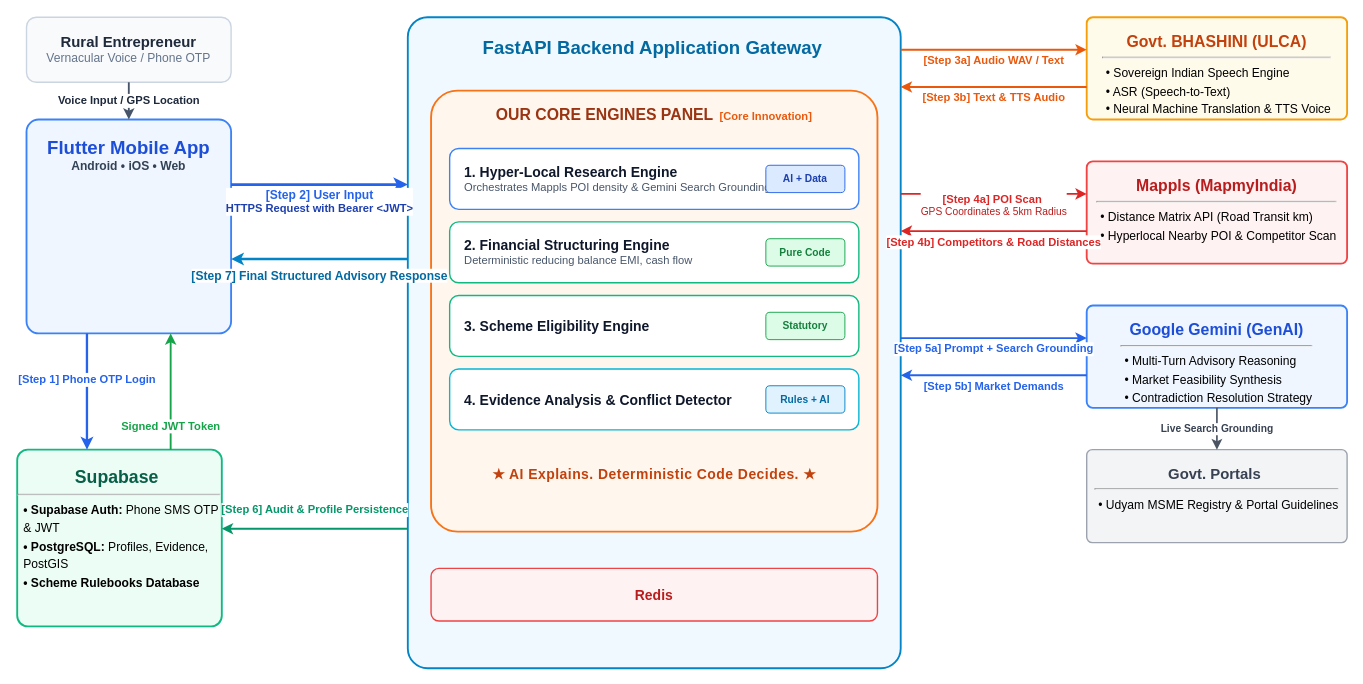
Above: docs/vyapar_mitra_flow.drawio.xml in S-H-R-I-A-N-S-H/VYAPAR-MITRA (draw.io), before the change. Source tidied: cells renumbered, new cells numbered last; positions are measured from the earlier drawing's top-left corner, leaving out a move shared by most shapes. Both pictures are drawn from the tidied source at 93%, with x=0, y=0 at pixel (17, 17).
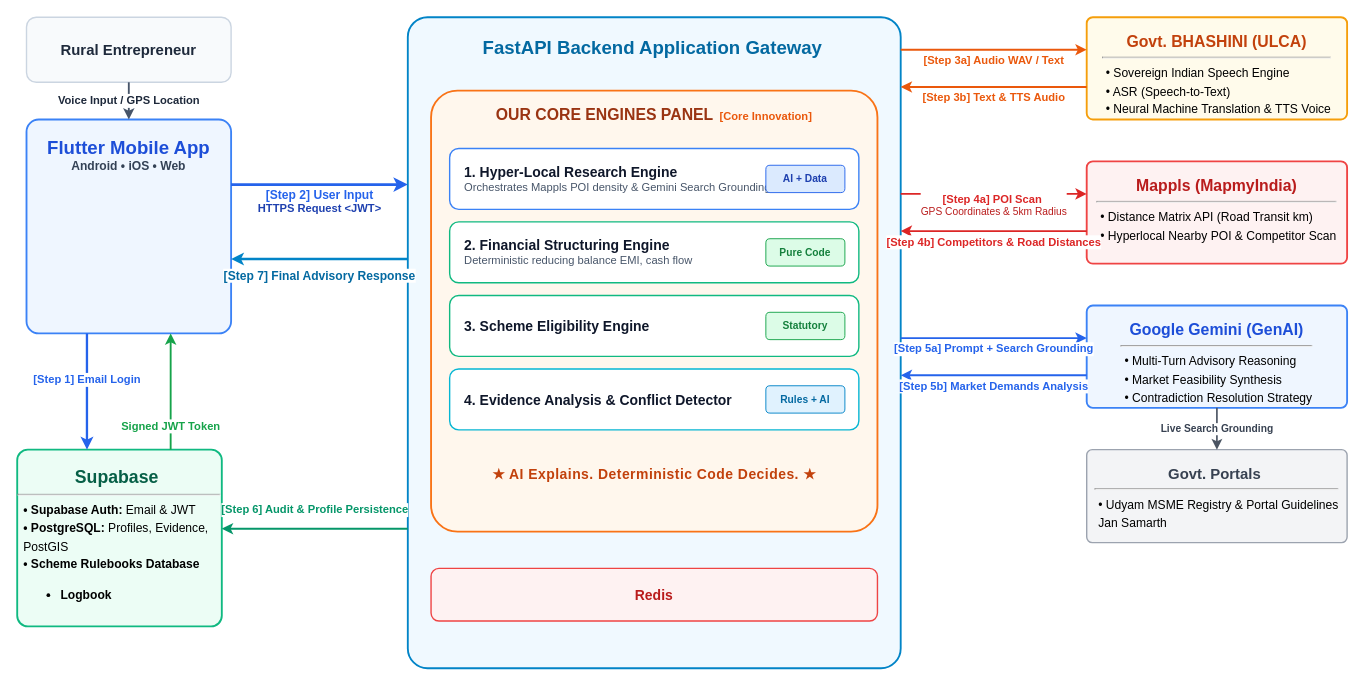
After the change.

Commit message:
reduced text

Unchanged cells that the change refers to:
```xml
<mxCell id="3" value="&lt;b style=&quot;font-size: 20px; color: rgb(29, 78, 216);&quot;&gt;Flutter Mobile App&lt;/b&gt;&lt;br&gt;&lt;span style=&quot;font-size: 13px; color: rgb(51, 65, 85); font-weight: 600;&quot;&gt;Android • iOS • Web&lt;/span&gt;&lt;div style=&quot;text-align: left; font-size: 13px; line-height: 1.6; padding-left: 6px;&quot;&gt;&lt;br&gt;&lt;/div&gt;" style="rounded=1;whiteSpace=wrap;html=1;fillColor=#EFF6FF;strokeColor=#3B82F6;strokeWidth=2;verticalAlign=top;spacingTop=12;arcSize=6;" parent="1" vertex="1">
  <mxGeometry x="10" y="110" width="220" height="230" as="geometry" />
</mxCell>
<mxCell id="5" value="&lt;b style=&quot;font-size: 20px; color: rgb(3, 105, 161);&quot;&gt;FastAPI Backend Application Gateway&lt;/b&gt;&amp;nbsp;&lt;div&gt;&lt;br/&gt;&lt;/div&gt;" style="rounded=1;whiteSpace=wrap;html=1;fillColor=#F0F9FF;strokeColor=#0284C7;strokeWidth=2;verticalAlign=top;spacingTop=14;arcSize=4;" parent="1" vertex="1">
  <mxGeometry x="420" width="530" height="700" as="geometry" />
</mxCell>
<mxCell id="19" value="&lt;b style=&quot;font-size: 17px; color: #1D4ED8;&quot;&gt;Google Gemini (GenAI)&lt;/b&gt;&lt;hr&gt;&lt;div style=&quot;text-align: left; font-size: 13px; line-height: 1.5; padding-left: 4px;&quot;&gt;• Multi-Turn Advisory Reasoning&lt;br&gt;• Market Feasibility Synthesis&lt;br&gt;• Contradiction Resolution Strategy&lt;/div&gt;" style="rounded=1;whiteSpace=wrap;html=1;fillColor=#EFF6FF;strokeColor=#3B82F6;strokeWidth=2;verticalAlign=top;spacingTop=10;arcSize=6;" parent="1" vertex="1">
  <mxGeometry x="1150" y="310" width="280" height="110" as="geometry" />
</mxCell>
```

Change to the diagram source:
```diff
@@
-    <mxCell id="2" value="&lt;b style=&quot;font-size: 16px; color: #1E293B;&quot;&gt;Rural Entrepreneur&lt;/b&gt;&lt;br&gt;&lt;span style=&quot;font-size: 13px; color: #64748B;&quot;&gt;Vernacular Voice / Phone OTP&lt;/span&gt;" style="rounded=1;whiteSpace=wrap;html=1;fillColor=#F8FAFC;strokeColor=#CBD5E1;strokeWidth=1.5;align=center;" parent="1" vertex="1">
+    <mxCell id="2" value="&lt;b style=&quot;font-size: 16px; color: rgb(30, 41, 59);&quot;&gt;Rural Entrepreneur&lt;/b&gt;" style="rounded=1;whiteSpace=wrap;html=1;fillColor=#F8FAFC;strokeColor=#CBD5E1;strokeWidth=1.5;align=center;" parent="1" vertex="1">
       <mxGeometry x="10" width="220" height="70" as="geometry" />
     </mxCell>
@@
-    <mxCell id="4" value="&lt;b style=&quot;font-size: 19px; color: rgb(6, 95, 70);&quot;&gt;Supabase&amp;nbsp;&lt;/b&gt;&lt;hr&gt;&lt;div style=&quot;text-align: left; font-size: 13px; line-height: 1.5; padding-left: 6px;&quot;&gt;&lt;b&gt;• Supabase Auth:&lt;/b&gt; Phone SMS OTP &amp;amp; JWT&lt;br&gt;&lt;b&gt;• PostgreSQL:&lt;/b&gt; Profiles, Evidence, PostGIS&lt;br&gt;&lt;b&gt;• Scheme Rulebooks Database&lt;/b&gt;&lt;/div&gt;" style="rounded=1;whiteSpace=wrap;html=1;fillColor=#ECFDF5;strokeColor=#10B981;strokeWidth=2;verticalAlign=top;spacingTop=12;arcSize=6;" parent="1" vertex="1">
+    <mxCell id="4" value="&lt;b style=&quot;font-size: 19px; color: rgb(6, 95, 70);&quot;&gt;Supabase&amp;nbsp;&lt;/b&gt;&lt;hr&gt;&lt;div style=&quot;text-align: left; font-size: 13px; line-height: 1.5; padding-left: 6px;&quot;&gt;&lt;b&gt;• Supabase Auth:&lt;/b&gt;&amp;nbsp;Email &amp;amp; JWT&lt;br&gt;&lt;b&gt;• PostgreSQL:&lt;/b&gt; Profiles, Evidence, PostGIS&lt;br&gt;&lt;b&gt;• Scheme Rulebooks Database&lt;br&gt;&lt;/b&gt;&lt;/div&gt;&lt;div style=&quot;font-size: 13px; line-height: 1.5; padding-left: 6px;&quot;&gt;&lt;ul&gt;&lt;li style=&quot;text-align: left;&quot;&gt;&lt;b&gt;Logbook&lt;/b&gt;&lt;/li&gt;&lt;/ul&gt;&lt;/div&gt;" style="rounded=1;whiteSpace=wrap;html=1;fillColor=#ECFDF5;strokeColor=#10B981;strokeWidth=2;verticalAlign=top;spacingTop=12;arcSize=6;" parent="1" vertex="1">
       <mxGeometry y="465" width="220" height="190" as="geometry" />
     </mxCell>
@@
-    <mxCell id="20" value="&lt;b style=&quot;font-size: 16px; color: rgb(55, 65, 81);&quot;&gt;Govt. Portals&amp;nbsp;&lt;/b&gt;&lt;hr&gt;&lt;div style=&quot;text-align: left; font-size: 13px; line-height: 1.5; padding-left: 4px;&quot;&gt;• Udyam MSME Registry &amp;amp; Portal Guidelines&lt;/div&gt;" style="rounded=1;whiteSpace=wrap;html=1;fillColor=#F3F4F6;strokeColor=#9CA3AF;strokeWidth=1.5;verticalAlign=top;spacingTop=10;arcSize=6;" parent="1" vertex="1">
+    <mxCell id="20" value="&lt;b style=&quot;font-size: 16px; color: rgb(55, 65, 81);&quot;&gt;Govt. Portals&amp;nbsp;&lt;/b&gt;&lt;hr&gt;&lt;div style=&quot;font-size: 13px; line-height: 1.5; padding-left: 4px;&quot;&gt;• Udyam MSME Registry &amp;amp; Portal Guidelines&lt;br&gt;&lt;div style=&quot;text-align: left;&quot;&gt;&lt;span style=&quot;background-color: transparent; color: light-dark(rgb(0, 0, 0), rgb(255, 255, 255));&quot;&gt;Jan Samarth&lt;/span&gt;&lt;/div&gt;&lt;/div&gt;" style="rounded=1;whiteSpace=wrap;html=1;fillColor=#F3F4F6;strokeColor=#9CA3AF;strokeWidth=1.5;verticalAlign=top;spacingTop=10;arcSize=6;" parent="1" vertex="1">
       <mxGeometry x="1150" y="465" width="280" height="100" as="geometry" />
     </mxCell>
@@
-    <mxCell id="22" value="&lt;b style=&quot;color: rgb(37, 99, 235); font-size: 12px;&quot;&gt;[Step 1] Phone OTP Login&lt;/b&gt;" style="edgeStyle=orthogonalEdgeStyle;rounded=1;jettySize=auto;html=1;strokeWidth=2.5;strokeColor=#2563EB;fontColor=#1E40AF;" parent="1" edge="1" source="3" target="4">
+    <mxCell id="22" value="&lt;b style=&quot;color: rgb(37, 99, 235); font-size: 12px;&quot;&gt;[Step 1] Email Login&lt;/b&gt;" style="edgeStyle=orthogonalEdgeStyle;rounded=1;jettySize=auto;html=1;strokeWidth=2.5;strokeColor=#2563EB;fontColor=#1E40AF;" parent="1" edge="1" source="3" target="4">
       <mxGeometry x="-0.2" relative="1" as="geometry">
         <Array as="points">
           <mxPoint x="75" y="380" />
           <mxPoint x="75" y="380" />
         </Array>
       </mxGeometry>
     </mxCell>
@@
-    <mxCell id="24" value="&lt;b style=&quot;color: rgb(37, 99, 235); font-size: 13px;&quot;&gt;[Step 2] User Input&lt;/b&gt;&lt;br&gt;&lt;b style=&quot;color: rgb(30, 64, 175); font-size: 12px;&quot;&gt;HTTPS Request with Bearer &amp;lt;JWT&amp;gt;&lt;/b&gt;" style="edgeStyle=orthogonalEdgeStyle;rounded=1;jettySize=auto;html=1;strokeWidth=3;strokeColor=#2563EB;fontColor=#1E40AF;" parent="1" edge="1" source="3" target="5">
+    <mxCell id="24" value="&lt;b style=&quot;color: rgb(37, 99, 235); font-size: 13px;&quot;&gt;[Step 2] User Input&lt;/b&gt;&lt;br&gt;&lt;b style=&quot;color: rgb(30, 64, 175); font-size: 12px;&quot;&gt;HTTPS Request &amp;lt;JWT&amp;gt;&lt;/b&gt;" style="edgeStyle=orthogonalEdgeStyle;rounded=1;jettySize=auto;html=1;strokeWidth=3;strokeColor=#2563EB;fontColor=#1E40AF;" parent="1" edge="1" source="3" target="5">
       <mxGeometry y="-18" relative="1" as="geometry">
         <Array as="points">
           <mxPoint x="330" y="180" />
           <mxPoint x="330" y="180" />
         </Array>
       </mxGeometry>
     </mxCell>
@@
-    <mxCell id="31" value="&lt;b style=&quot;color: rgb(37, 99, 235); font-size: 12px;&quot;&gt;[Step 5b] Market Demands&lt;/b&gt;" style="edgeStyle=orthogonalEdgeStyle;rounded=1;jettySize=auto;html=1;strokeWidth=2;strokeColor=#2563EB;strokeDasharray=5 3;fontColor=#1D4ED8;" parent="1" edge="1" source="19" target="5">
+    <mxCell id="31" value="&lt;b style=&quot;color: rgb(37, 99, 235); font-size: 12px;&quot;&gt;[Step 5b] Market Demands Analysis&lt;/b&gt;" style="edgeStyle=orthogonalEdgeStyle;rounded=1;jettySize=auto;html=1;strokeWidth=2;strokeColor=#2563EB;strokeDasharray=5 3;fontColor=#1D4ED8;" parent="1" edge="1" source="19" target="5">
       <mxGeometry y="12" relative="1" as="geometry">
         <Array as="points">
           <mxPoint x="1050" y="385" />
           <mxPoint x="1050" y="385" />
         </Array>
       </mxGeometry>
     </mxCell>
@@
-    <mxCell id="33" value="&lt;b style=&quot;color: rgb(3, 105, 161); font-size: 13px;&quot;&gt;[Step 7] Final Structured Advisory Response&lt;/b&gt;" style="edgeStyle=orthogonalEdgeStyle;rounded=1;jettySize=auto;html=1;strokeWidth=2.5;strokeColor=#0284C7;strokeDasharray=6 3;fontColor=#0369A1;" parent="1" edge="1" source="5" target="3">
+    <mxCell id="33" value="&lt;b style=&quot;color: rgb(3, 105, 161); font-size: 13px;&quot;&gt;[Step 7] Final Advisory Response&lt;/b&gt;" style="edgeStyle=orthogonalEdgeStyle;rounded=1;jettySize=auto;html=1;strokeWidth=2.5;strokeColor=#0284C7;strokeDasharray=6 3;fontColor=#0369A1;" parent="1" edge="1" source="5" target="3">
       <mxGeometry y="18" relative="1" as="geometry">
         <Array as="points">
           <mxPoint x="330" y="260" />
           <mxPoint x="330" y="260" />
         </Array>
       </mxGeometry>
     </mxCell>
```
